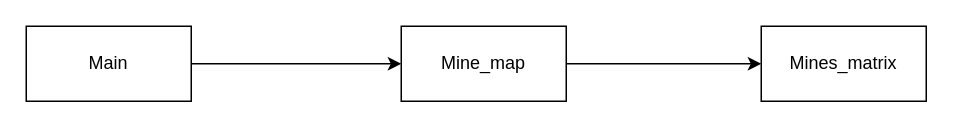
h4sski-programming/minesweeper keeps this draw.io diagram as Untitled Diagram.drawio. Above is the earlier version. Source tidied: cells renumbered, new cells numbered last; positions are measured from the earlier drawing's top-left corner, leaving out a move shared by most shapes. Both pictures are drawn from the tidied source at 150%, with x=0, y=0 at pixel (26, 26).
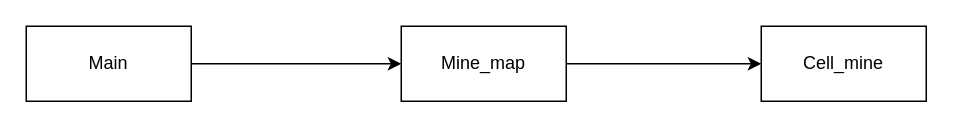
After the change.

Commit message (it also covers changes not shown here):
Minesweeper_diagram

What changed in the source:
```diff
@@
 <mxGraphModel>
   <root>
     <mxCell id="0" />
     <mxCell id="1" parent="0" />
     <mxCell id="2" style="edgeStyle=orthogonalEdgeStyle;rounded=0;jettySize=auto;html=1;entryX=0;entryY=0.5;entryDx=0;entryDy=0;" parent="1" edge="1" source="3" target="5">
       <mxGeometry relative="1" as="geometry" />
     </mxCell>
     <mxCell id="3" value="Main" style="html=1;whiteSpace=wrap;" parent="1" vertex="1">
       <mxGeometry width="110" height="50" as="geometry" />
     </mxCell>
     <mxCell id="4" style="edgeStyle=orthogonalEdgeStyle;rounded=0;jettySize=auto;html=1;entryX=0;entryY=0.5;entryDx=0;entryDy=0;" parent="1" edge="1" source="5" target="6">
       <mxGeometry relative="1" as="geometry" />
     </mxCell>
     <mxCell id="5" value="Mine_map" style="html=1;whiteSpace=wrap;" parent="1" vertex="1">
       <mxGeometry x="250" width="110" height="50" as="geometry" />
     </mxCell>
-    <mxCell id="6" value="Mines_matrix" style="html=1;whiteSpace=wrap;" parent="1" vertex="1">
+    <mxCell id="6" value="Cell_mine" style="html=1;whiteSpace=wrap;" parent="1" vertex="1">
       <mxGeometry x="490" width="110" height="50" as="geometry" />
     </mxCell>
   </root>
 </mxGraphModel>
```
